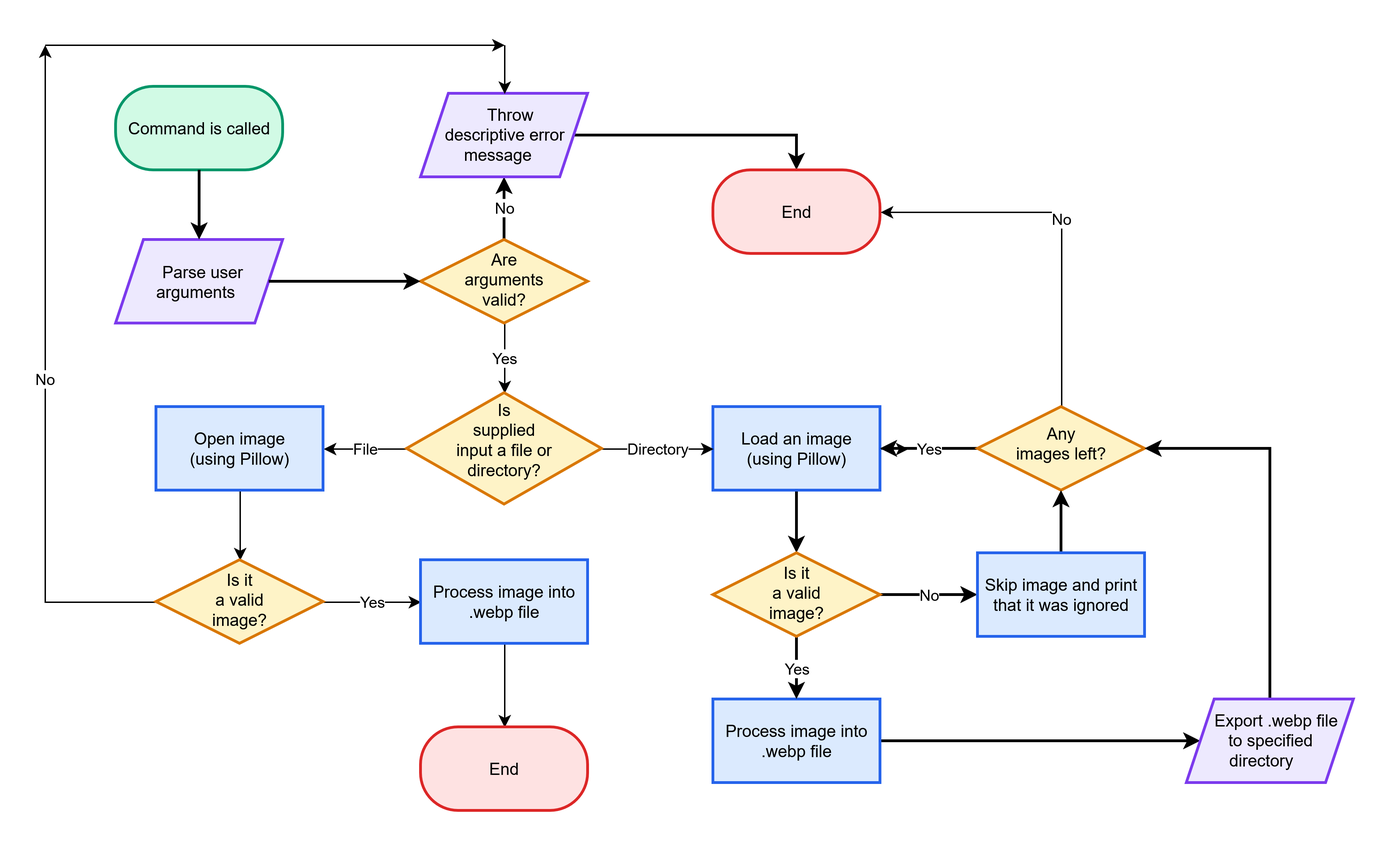
Earlier version of the draw.io export System.Diagram.drawio.png (101zh/imagetowebp). Source tidied: cells renumbered, new cells last; positions are measured from the earlier drawing's top-left corner, leaving out a move shared by most shapes. Source of this version:
```xml
<mxGraphModel>
  <root>
    <mxCell id="0" />
    <mxCell id="1" parent="0" />
    <mxCell id="2" value="Command is called" style="rounded=1;whiteSpace=wrap;html=1;roundedPerimeter=1;arcSize=45;fillColor=#D1FAE5;strokeColor=#059669;strokeWidth=2;" parent="1" vertex="1">
      <mxGeometry x="51" y="30" width="120" height="60" as="geometry" />
    </mxCell>
    <mxCell id="3" style="edgeStyle=orthogonalEdgeStyle;rounded=0;jettySize=auto;html=1;exitX=1;exitY=0.5;exitDx=0;exitDy=0;entryX=0;entryY=0.5;entryDx=0;entryDy=0;defaultLabelBackgroundColor=page;strokeWidth=2;" parent="1" edge="1" source="4" target="26">
      <mxGeometry relative="1" as="geometry" />
    </mxCell>
    <mxCell id="4" value="Process image into .webp file" style="rounded=0;whiteSpace=wrap;html=1;strokeWidth=2;fillColor=#DBEAFE;strokeColor=#2563EB;" parent="1" vertex="1">
      <mxGeometry x="480" y="470" width="120" height="60" as="geometry" />
    </mxCell>
    <mxCell id="5" value="No" style="edgeStyle=orthogonalEdgeStyle;rounded=0;jettySize=auto;html=1;exitX=0.5;exitY=0;exitDx=0;exitDy=0;entryX=0.5;entryY=1;entryDx=0;entryDy=0;defaultLabelBackgroundColor=page;strokeWidth=2;" parent="1" edge="1" source="7" target="22">
      <mxGeometry relative="1" as="geometry" />
    </mxCell>
    <mxCell id="6" value="Yes" style="edgeStyle=orthogonalEdgeStyle;rounded=0;jettySize=auto;html=1;exitX=0.5;exitY=1;exitDx=0;exitDy=0;entryX=0.5;entryY=0;entryDx=0;entryDy=0;defaultLabelBackgroundColor=page;" parent="1" edge="1" source="7" target="29">
      <mxGeometry relative="1" as="geometry" />
    </mxCell>
    <mxCell id="7" value="Are arguments valid?" style="rhombus;whiteSpace=wrap;html=1;shapeInside=1;strokeWidth=2;fillColor=#FEF3C7;strokeColor=#D97706;" parent="1" vertex="1">
      <mxGeometry x="270" y="140" width="120" height="60" as="geometry" />
    </mxCell>
    <mxCell id="8" value="Parse user arguments" style="shape=parallelogram;perimeter=parallelogramPerimeter;whiteSpace=wrap;html=1;shapeInside=1;fixedSize=1;strokeWidth=2;fillColor=#EDE9FE;strokeColor=#7C3AED;" parent="1" vertex="1">
      <mxGeometry x="51" y="140" width="120" height="60" as="geometry" />
    </mxCell>
    <mxCell id="9" style="endArrow=classic;html=1;rounded=0;defaultLabelBackgroundColor=page;exitX=0.5;exitY=1;exitDx=0;exitDy=0;entryX=0.5;entryY=0;entryDx=0;entryDy=0;strokeWidth=2;" parent="1" edge="1" source="2" target="8">
      <mxGeometry relative="1" as="geometry" />
    </mxCell>
    <mxCell id="10" style="endArrow=classic;html=1;rounded=0;defaultLabelBackgroundColor=page;exitX=1;exitY=0.5;exitDx=0;exitDy=0;entryX=0;entryY=0.5;entryDx=0;entryDy=0;strokeWidth=2;" parent="1" edge="1" source="8" target="7">
      <mxGeometry relative="1" as="geometry" />
    </mxCell>
    <mxCell id="11" style="edgeStyle=orthogonalEdgeStyle;rounded=0;jettySize=auto;html=1;exitX=1;exitY=0.5;exitDx=0;exitDy=0;entryX=0.5;entryY=0;entryDx=0;entryDy=0;defaultLabelBackgroundColor=page;strokeWidth=2;" parent="1" edge="1" source="22" target="12">
      <mxGeometry x="0.07" relative="1" as="geometry" />
    </mxCell>
    <mxCell id="12" value="&lt;div&gt;End&lt;/div&gt;" style="rounded=1;whiteSpace=wrap;html=1;roundedPerimeter=1;arcSize=45;strokeWidth=2;fillColor=#FEE2E2;strokeColor=#DC2626;" parent="1" vertex="1">
      <mxGeometry x="480" y="90" width="120" height="60" as="geometry" />
    </mxCell>
    <mxCell id="13" value="Yes" style="edgeStyle=orthogonalEdgeStyle;rounded=0;jettySize=auto;html=1;exitX=0.5;exitY=1;exitDx=0;exitDy=0;entryX=0.5;entryY=0;entryDx=0;entryDy=0;defaultLabelBackgroundColor=page;strokeWidth=2;" parent="1" edge="1" target="4">
      <mxGeometry relative="1" as="geometry">
        <mxPoint x="540" y="425" as="sourcePoint" />
      </mxGeometry>
    </mxCell>
    <mxCell id="14" value="&lt;div&gt;No&lt;/div&gt;" style="edgeStyle=orthogonalEdgeStyle;rounded=0;jettySize=auto;html=1;exitX=1;exitY=0.5;exitDx=0;exitDy=0;entryX=0;entryY=0.5;entryDx=0;entryDy=0;defaultLabelBackgroundColor=page;strokeWidth=2;" parent="1" edge="1" target="24">
      <mxGeometry relative="1" as="geometry">
        <mxPoint x="600" y="395" as="sourcePoint" />
      </mxGeometry>
    </mxCell>
    <mxCell id="15" style="edgeStyle=orthogonalEdgeStyle;rounded=0;jettySize=auto;html=1;exitX=0.5;exitY=1;exitDx=0;exitDy=0;entryX=0.5;entryY=0;entryDx=0;entryDy=0;defaultLabelBackgroundColor=page;strokeWidth=2;" parent="1" edge="1" source="17">
      <mxGeometry relative="1" as="geometry">
        <mxPoint x="540" y="365" as="targetPoint" />
      </mxGeometry>
    </mxCell>
    <mxCell id="16" style="edgeStyle=orthogonalEdgeStyle;rounded=0;jettySize=auto;html=1;defaultLabelBackgroundColor=page;" parent="1" edge="1" source="17">
      <mxGeometry relative="1" as="geometry">
        <mxPoint x="620" y="290" as="targetPoint" />
      </mxGeometry>
    </mxCell>
    <mxCell id="17" value="Load an image&lt;br&gt;(using Pillow)" style="rounded=0;whiteSpace=wrap;html=1;strokeWidth=2;fillColor=#DBEAFE;strokeColor=#2563EB;" parent="1" vertex="1">
      <mxGeometry x="480" y="260" width="120" height="60" as="geometry" />
    </mxCell>
    <mxCell id="18" style="edgeStyle=orthogonalEdgeStyle;rounded=0;orthogonalLoop=1;jettySize=auto;html=1;innerLoopWaypoints=1;exitX=0.5;exitY=1;exitDx=0;exitDy=0;defaultLabelBackgroundColor=page;strokeWidth=2;" parent="1" edge="1">
      <mxGeometry relative="1" as="geometry">
        <mxPoint x="540" y="425" as="sourcePoint" />
        <mxPoint x="540" y="425" as="targetPoint" />
      </mxGeometry>
    </mxCell>
    <mxCell id="19" value="Yes" style="edgeStyle=orthogonalEdgeStyle;rounded=0;jettySize=auto;html=1;exitX=0;exitY=0.5;exitDx=0;exitDy=0;entryX=1;entryY=0.5;entryDx=0;entryDy=0;defaultLabelBackgroundColor=page;strokeWidth=2;" parent="1" edge="1" source="21" target="17">
      <mxGeometry relative="1" as="geometry" />
    </mxCell>
    <mxCell id="20" value="No" style="edgeStyle=orthogonalEdgeStyle;rounded=0;jettySize=auto;html=1;exitX=0.5;exitY=0;exitDx=0;exitDy=0;entryX=1;entryY=0.5;entryDx=0;entryDy=0;defaultLabelBackgroundColor=page;" parent="1" edge="1" source="21" target="12">
      <mxGeometry relative="1" as="geometry" />
    </mxCell>
    <mxCell id="21" value="Any images left?" style="rhombus;whiteSpace=wrap;html=1;shapeInside=1;strokeWidth=2;fillColor=#FEF3C7;strokeColor=#D97706;" parent="1" vertex="1">
      <mxGeometry x="670" y="260" width="120" height="60" as="geometry" />
    </mxCell>
    <mxCell id="22" value="Throw descriptive error message" style="shape=parallelogram;perimeter=parallelogramPerimeter;whiteSpace=wrap;html=1;shapeInside=1;fixedSize=1;strokeWidth=2;fillColor=#EDE9FE;strokeColor=#7C3AED;" parent="1" vertex="1">
      <mxGeometry x="270" y="35" width="120" height="60" as="geometry" />
    </mxCell>
    <mxCell id="23" style="edgeStyle=orthogonalEdgeStyle;rounded=0;jettySize=auto;html=1;exitX=0.5;exitY=0;exitDx=0;exitDy=0;entryX=0.5;entryY=1;entryDx=0;entryDy=0;defaultLabelBackgroundColor=page;strokeWidth=2;" parent="1" edge="1" source="24" target="21">
      <mxGeometry relative="1" as="geometry" />
    </mxCell>
    <mxCell id="24" value="Skip image and print that it was ignored" style="rounded=0;whiteSpace=wrap;html=1;strokeWidth=2;fillColor=#DBEAFE;strokeColor=#2563EB;" parent="1" vertex="1">
      <mxGeometry x="670" y="365" width="120" height="60" as="geometry" />
    </mxCell>
    <mxCell id="25" style="edgeStyle=orthogonalEdgeStyle;rounded=0;jettySize=auto;html=1;exitX=0.5;exitY=0;exitDx=0;exitDy=0;entryX=1;entryY=0.5;entryDx=0;entryDy=0;defaultLabelBackgroundColor=page;strokeWidth=2;fillColor=none;" parent="1" edge="1" source="26" target="21">
      <mxGeometry relative="1" as="geometry" />
    </mxCell>
    <mxCell id="26" value="Export .webp file to specified directory&amp;nbsp;" style="shape=parallelogram;perimeter=parallelogramPerimeter;whiteSpace=wrap;html=1;shapeInside=1;fixedSize=1;strokeWidth=2;fillColor=#EDE9FE;strokeColor=#7C3AED;" parent="1" vertex="1">
      <mxGeometry x="820" y="470" width="120" height="60" as="geometry" />
    </mxCell>
    <mxCell id="27" value="&lt;div&gt;File&lt;/div&gt;" style="edgeStyle=orthogonalEdgeStyle;rounded=0;jettySize=auto;html=1;exitX=0;exitY=0.5;exitDx=0;exitDy=0;defaultLabelBackgroundColor=page;entryX=1;entryY=0.5;entryDx=0;entryDy=0;" parent="1" edge="1" source="29" target="31">
      <mxGeometry relative="1" as="geometry" />
    </mxCell>
    <mxCell id="28" value="Directory" style="edgeStyle=orthogonalEdgeStyle;rounded=0;jettySize=auto;html=1;exitX=1;exitY=0.5;exitDx=0;exitDy=0;defaultLabelBackgroundColor=page;entryX=0;entryY=0.5;entryDx=0;entryDy=0;" parent="1" edge="1" source="29" target="17">
      <mxGeometry relative="1" as="geometry" />
    </mxCell>
    <mxCell id="29" value="Is supplied input a file or directory?" style="rhombus;whiteSpace=wrap;html=1;shapeInside=1;strokeWidth=2;fillColor=#FEF3C7;strokeColor=#D97706;" parent="1" vertex="1">
      <mxGeometry x="260" y="250" width="140" height="80" as="geometry" />
    </mxCell>
    <mxCell id="30" style="edgeStyle=orthogonalEdgeStyle;rounded=0;jettySize=auto;html=1;exitX=0.5;exitY=1;exitDx=0;exitDy=0;entryX=0.5;entryY=0;entryDx=0;entryDy=0;defaultLabelBackgroundColor=page;" parent="1" edge="1" source="31" target="34">
      <mxGeometry relative="1" as="geometry" />
    </mxCell>
    <mxCell id="31" value="Open image&lt;br&gt;(using Pillow)" style="rounded=0;whiteSpace=wrap;html=1;strokeWidth=2;fillColor=#DBEAFE;strokeColor=#2563EB;" parent="1" vertex="1">
      <mxGeometry x="80" y="260" width="120" height="60" as="geometry" />
    </mxCell>
    <mxCell id="32" value="&lt;div&gt;No&lt;/div&gt;" style="edgeStyle=orthogonalEdgeStyle;rounded=0;jettySize=auto;html=1;exitX=0;exitY=0.5;exitDx=0;exitDy=0;defaultLabelBackgroundColor=page;" parent="1" edge="1" source="34">
      <mxGeometry relative="1" as="geometry">
        <mxPoint as="targetPoint" />
      </mxGeometry>
    </mxCell>
    <mxCell id="33" value="&lt;div&gt;Yes&lt;/div&gt;" style="edgeStyle=orthogonalEdgeStyle;rounded=0;jettySize=auto;html=1;exitX=1;exitY=0.5;exitDx=0;exitDy=0;entryX=0;entryY=0.5;entryDx=0;entryDy=0;defaultLabelBackgroundColor=page;" parent="1" edge="1" source="34" target="38">
      <mxGeometry relative="1" as="geometry" />
    </mxCell>
    <mxCell id="34" value="Is it a valid image?" style="rhombus;whiteSpace=wrap;html=1;shapeInside=1;strokeWidth=2;fillColor=#FEF3C7;strokeColor=#D97706;" parent="1" vertex="1">
      <mxGeometry x="80" y="370" width="120" height="60" as="geometry" />
    </mxCell>
    <mxCell id="35" style="endArrow=classic;html=1;rounded=0;defaultLabelBackgroundColor=page;" parent="1" edge="1">
      <mxGeometry relative="1" as="geometry">
        <mxPoint as="sourcePoint" />
        <mxPoint x="330" as="targetPoint" />
      </mxGeometry>
    </mxCell>
    <mxCell id="36" style="endArrow=classic;html=1;rounded=0;defaultLabelBackgroundColor=page;entryX=0.5;entryY=0;entryDx=0;entryDy=0;" parent="1" edge="1" target="22">
      <mxGeometry relative="1" as="geometry">
        <mxPoint x="330" as="sourcePoint" />
      </mxGeometry>
    </mxCell>
    <mxCell id="37" style="edgeStyle=orthogonalEdgeStyle;rounded=0;jettySize=auto;html=1;exitX=0.5;exitY=1;exitDx=0;exitDy=0;entryX=0.5;entryY=0;entryDx=0;entryDy=0;defaultLabelBackgroundColor=page;" parent="1" edge="1" source="38" target="39">
      <mxGeometry relative="1" as="geometry" />
    </mxCell>
    <mxCell id="38" value="Process image into .webp file" style="rounded=0;whiteSpace=wrap;html=1;strokeWidth=2;fillColor=#DBEAFE;strokeColor=#2563EB;" parent="1" vertex="1">
      <mxGeometry x="270" y="370" width="120" height="60" as="geometry" />
    </mxCell>
    <mxCell id="39" value="&lt;div&gt;End&lt;/div&gt;" style="rounded=1;whiteSpace=wrap;html=1;roundedPerimeter=1;arcSize=45;strokeWidth=2;fillColor=#FEE2E2;strokeColor=#DC2626;" parent="1" vertex="1">
      <mxGeometry x="270" y="490" width="120" height="60" as="geometry" />
    </mxCell>
    <mxCell id="40" value="Is it a valid image?" style="rhombus;whiteSpace=wrap;html=1;shapeInside=1;strokeWidth=2;fillColor=#FEF3C7;strokeColor=#D97706;" parent="1" vertex="1">
      <mxGeometry x="480" y="365" width="120" height="60" as="geometry" />
    </mxCell>
  </root>
</mxGraphModel>
```
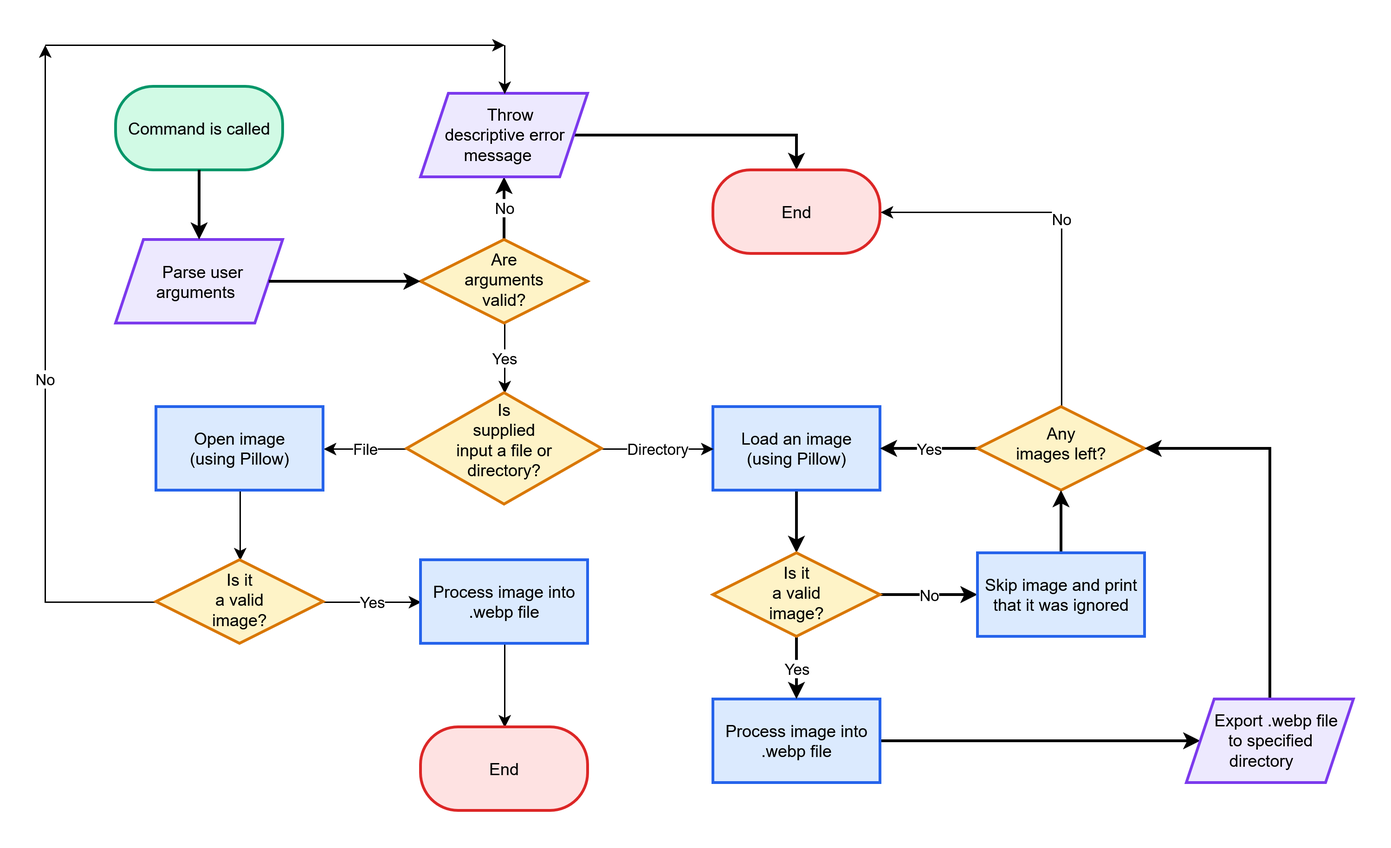
After the change.

The edit, as a diff of the source:
```diff
@@ -50,11 +50,6 @@
         <mxPoint x="540" y="365" as="targetPoint" />
       </mxGeometry>
     </mxCell>
-    <mxCell id="16" style="edgeStyle=orthogonalEdgeStyle;rounded=0;jettySize=auto;html=1;defaultLabelBackgroundColor=page;" parent="1" edge="1" source="17">
-      <mxGeometry relative="1" as="geometry">
-        <mxPoint x="620" y="290" as="targetPoint" />
-      </mxGeometry>
-    </mxCell>
     <mxCell id="17" value="Load an image&lt;br&gt;(using Pillow)" style="rounded=0;whiteSpace=wrap;html=1;strokeWidth=2;fillColor=#DBEAFE;strokeColor=#2563EB;" parent="1" vertex="1">
       <mxGeometry x="480" y="260" width="120" height="60" as="geometry" />
     </mxCell>
@@ -64,8 +59,11 @@
         <mxPoint x="540" y="425" as="targetPoint" />
       </mxGeometry>
     </mxCell>
-    <mxCell id="19" value="Yes" style="edgeStyle=orthogonalEdgeStyle;rounded=0;jettySize=auto;html=1;exitX=0;exitY=0.5;exitDx=0;exitDy=0;entryX=1;entryY=0.5;entryDx=0;entryDy=0;defaultLabelBackgroundColor=page;strokeWidth=2;" parent="1" edge="1" source="21" target="17">
-      <mxGeometry relative="1" as="geometry" />
+    <mxCell id="19" value="Yes" style="edgeStyle=orthogonalEdgeStyle;rounded=0;orthogonalLoop=1;jettySize=auto;html=1;exitX=0;exitY=0.5;exitDx=0;exitDy=0;entryX=1;entryY=0.5;entryDx=0;entryDy=0;defaultLabelBackgroundColor=page;strokeWidth=2;" parent="1" edge="1">
+      <mxGeometry relative="1" as="geometry">
+        <mxPoint x="670" y="290" as="sourcePoint" />
+        <mxPoint x="600" y="290" as="targetPoint" />
+      </mxGeometry>
     </mxCell>
     <mxCell id="20" value="No" style="edgeStyle=orthogonalEdgeStyle;rounded=0;jettySize=auto;html=1;exitX=0.5;exitY=0;exitDx=0;exitDy=0;entryX=1;entryY=0.5;entryDx=0;entryDy=0;defaultLabelBackgroundColor=page;" parent="1" edge="1" source="21" target="12">
       <mxGeometry relative="1" as="geometry" />
```
